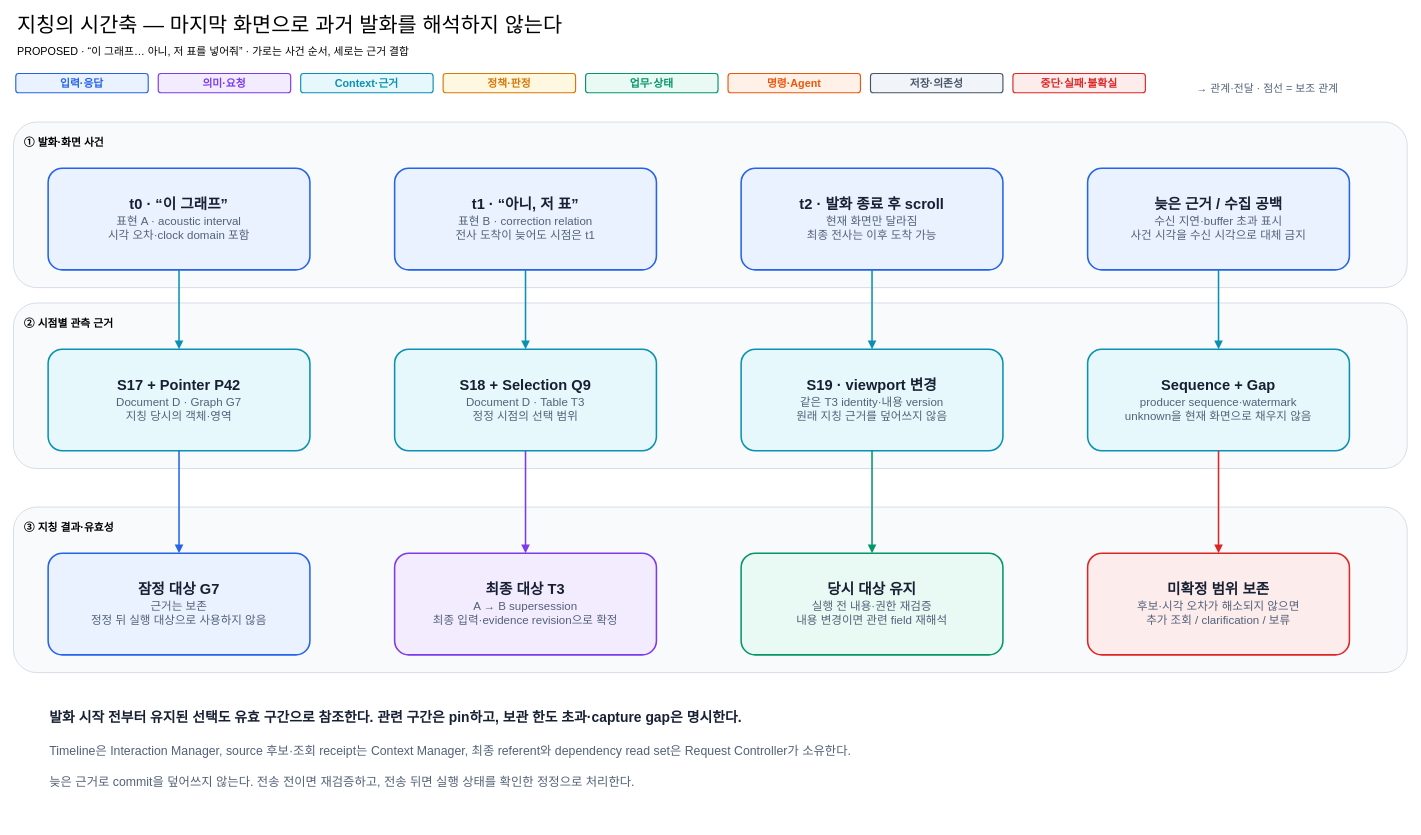
Earlier version of the draw.io diagram docs/architecture/12-decisions/target-architecture/diagrams/04-interaction-evidence-timeline.drawio (cbyche/via-sw-architecture). Source tidied: cells renumbered, new cells numbered last; positions are measured from the earlier drawing's top-left corner, leaving out a move shared by most shapes. Both pictures are drawn from the tidied source at 77%, with x=0, y=0 at pixel (13, 14).
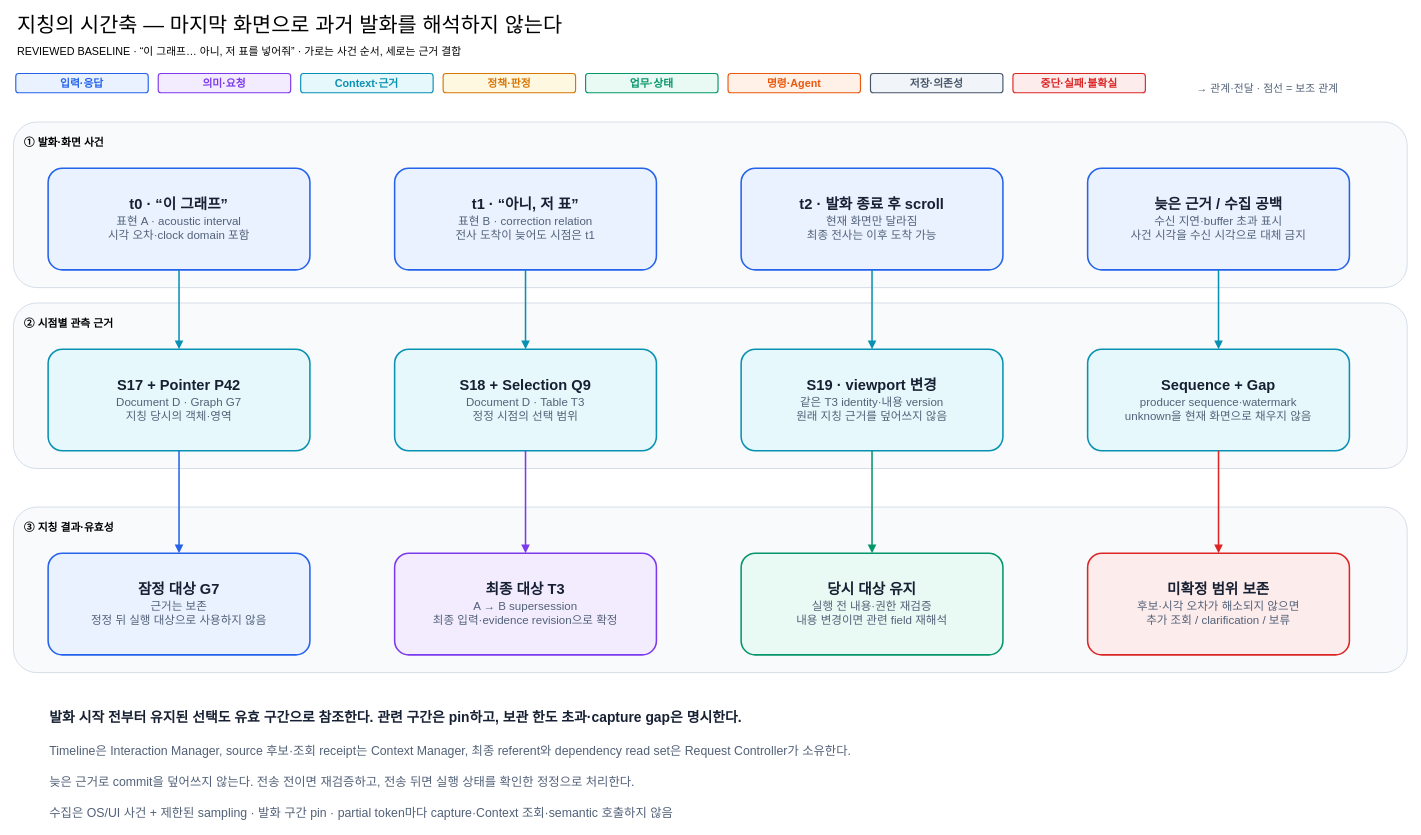
Above is the later version.

Change to the diagram source:
```diff
@@
+    <mxCell id="39" value="수집은 OS/UI 사건 + 제한된 sampling · 발화 구간 pin · partial token마다 capture·Context 조회·semantic 호출하지 않음" style="text;html=1;strokeColor=none;fillColor=none;align=left;fontSize=16;fontColor=#526178;fontStyle=0;" parent="1" vertex="1">
+      <mxGeometry x="45" y="1021" width="1064" height="28" as="geometry" />
+    </mxCell>
@@
-    <mxCell id="38" value="PROPOSED · “이 그래프… 아니, 저 표를 넣어줘” · 가로는 사건 순서, 세로는 근거 결합" style="text;html=1;align=left;verticalAlign=middle;strokeColor=none;fillColor=none;fontSize=14;" parent="1" vertex="1">
+    <mxCell id="38" value="REVIEWED BASELINE · “이 그래프… 아니, 저 표를 넣어줘” · 가로는 사건 순서, 세로는 근거 결합" style="text;html=1;align=left;verticalAlign=middle;strokeColor=none;fillColor=none;fontSize=14;" parent="1" vertex="1">
       <mxGeometry x="3" y="34" width="1804" height="30" as="geometry" />
     </mxCell>
```
